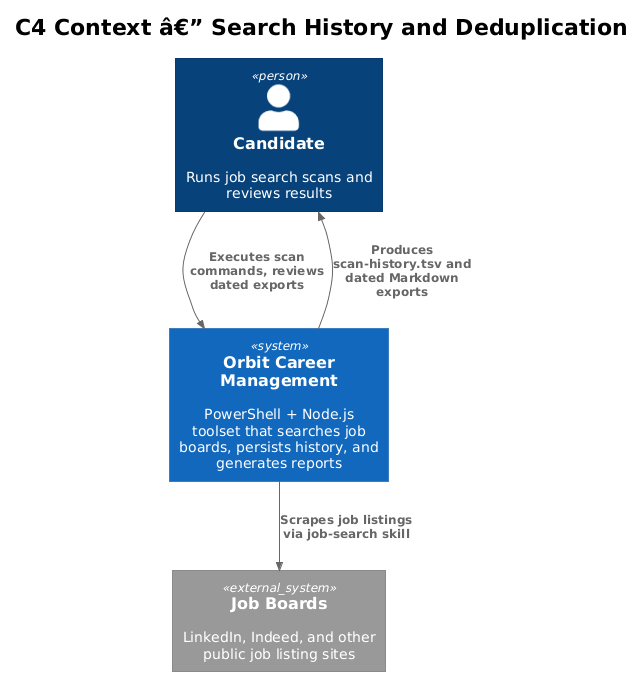
Earlier version of the PlantUML export docs/detailed-designs/06-search-history-and-deduplication/diagrams/c4_context.png (QuinntyneBrown/Orbit).
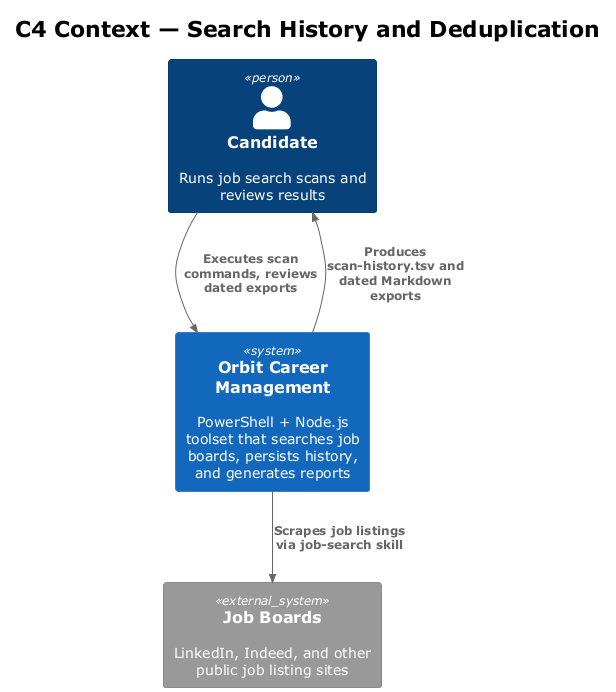
The same file after the commit.

The edit, as a diff of the source:
```diff
@@ -1,8 +1,8 @@
-@startuml
+@startuml c4_context
 !theme plain
 !include <C4/C4_Context>
 
-title C4 Context â€” Search History and Deduplication
+title C4 Context — Search History and Deduplication
 
 Person(candidate, "Candidate", "Runs job search scans and reviews results")
 
@@ -13,4 +13,5 @@
 Rel(candidate, orbit, "Executes scan commands, reviews dated exports")
 Rel(orbit, jobBoards, "Scrapes job listings via job-search skill")
 Rel(orbit, candidate, "Produces scan-history.tsv and dated Markdown exports")
+
 @enduml
```
